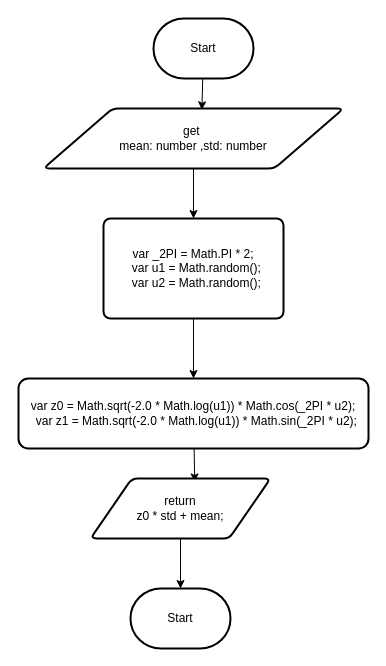
Emmanuel-Fofeyin/ICS4U-Unit1-07-Typescript keeps this draw.io diagram as design/flowchart.drawio. Above is the earlier version. Source tidied: cells renumbered, new cells numbered last; positions are measured from the earlier drawing's top-left corner, leaving out a move shared by most shapes. Both pictures are drawn from the tidied source at 100%, with x=0, y=0 at pixel (18, 18).
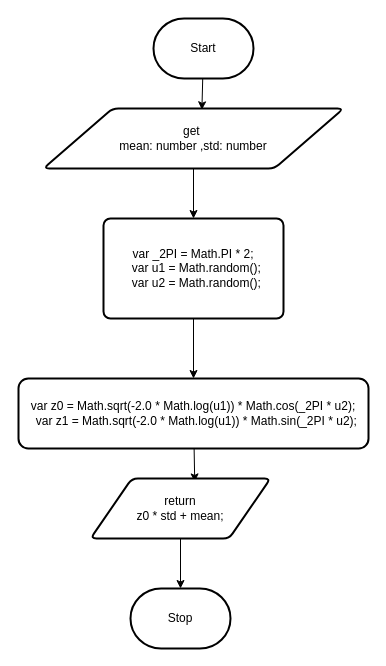
The same page after the edit.

The edit, as a diff of the source:
```diff
@@
 <mxGraphModel>
   <root>
     <mxCell id="0" />
     <mxCell id="1" parent="0" />
     <mxCell id="2" style="edgeStyle=none;html=1;entryX=0.528;entryY=0.022;entryDx=0;entryDy=0;entryPerimeter=0;" parent="1" edge="1" source="3" target="5">
       <mxGeometry relative="1" as="geometry" />
     </mxCell>
     <mxCell id="3" value="Start" style="strokeWidth=2;html=1;shape=mxgraph.flowchart.terminator;whiteSpace=wrap;" parent="1" vertex="1">
       <mxGeometry x="135" width="100" height="60" as="geometry" />
     </mxCell>
     <mxCell id="4" style="edgeStyle=none;html=1;entryX=0.5;entryY=0;entryDx=0;entryDy=0;" parent="1" edge="1" source="5" target="7">
       <mxGeometry relative="1" as="geometry" />
     </mxCell>
     <mxCell id="5" value="get&amp;nbsp;&lt;br&gt;mean: number ,std: number" style="shape=parallelogram;html=1;strokeWidth=2;perimeter=parallelogramPerimeter;whiteSpace=wrap;rounded=1;arcSize=12;size=0.23;" parent="1" vertex="1">
       <mxGeometry x="25" y="90" width="300" height="60" as="geometry" />
     </mxCell>
     <mxCell id="6" style="edgeStyle=none;html=1;" parent="1" edge="1" source="7" target="9">
       <mxGeometry relative="1" as="geometry" />
     </mxCell>
     <mxCell id="7" value="&lt;div&gt;var _2PI = Math.PI * 2;&lt;/div&gt;&lt;div&gt;&amp;nbsp; var u1 = Math.random();&lt;/div&gt;&lt;div&gt;&amp;nbsp; var u2 = Math.random();&lt;/div&gt;" style="rounded=1;whiteSpace=wrap;html=1;absoluteArcSize=1;arcSize=14;strokeWidth=2;" parent="1" vertex="1">
       <mxGeometry x="85" y="200" width="180" height="100" as="geometry" />
     </mxCell>
     <mxCell id="8" style="edgeStyle=none;html=1;entryX=0.579;entryY=0.057;entryDx=0;entryDy=0;entryPerimeter=0;" parent="1" edge="1" source="9" target="11">
       <mxGeometry relative="1" as="geometry" />
     </mxCell>
     <mxCell id="9" value="&lt;div&gt;var z0 = Math.sqrt(-2.0 * Math.log(u1)) * Math.cos(_2PI * u2);&lt;/div&gt;&lt;div&gt;&amp;nbsp; var z1 = Math.sqrt(-2.0 * Math.log(u1)) * Math.sin(_2PI * u2);&lt;/div&gt;" style="rounded=1;whiteSpace=wrap;html=1;arcSize=14;strokeWidth=2;" parent="1" vertex="1">
       <mxGeometry y="360" width="350" height="70" as="geometry" />
     </mxCell>
     <mxCell id="10" style="edgeStyle=none;html=1;entryX=0.5;entryY=0;entryDx=0;entryDy=0;entryPerimeter=0;" parent="1" edge="1" source="11" target="12">
       <mxGeometry relative="1" as="geometry" />
     </mxCell>
     <mxCell id="11" value="return&lt;br&gt;z0 * std + mean;" style="shape=parallelogram;html=1;strokeWidth=2;perimeter=parallelogramPerimeter;whiteSpace=wrap;rounded=1;arcSize=12;size=0.23;" parent="1" vertex="1">
       <mxGeometry x="72" y="460" width="180" height="60" as="geometry" />
     </mxCell>
-    <mxCell id="12" value="Start" style="strokeWidth=2;html=1;shape=mxgraph.flowchart.terminator;whiteSpace=wrap;" parent="1" vertex="1">
+    <mxCell id="12" value="Stop" style="strokeWidth=2;html=1;shape=mxgraph.flowchart.terminator;whiteSpace=wrap;" parent="1" vertex="1">
       <mxGeometry x="112" y="570" width="100" height="60" as="geometry" />
     </mxCell>
   </root>
 </mxGraphModel>
```
